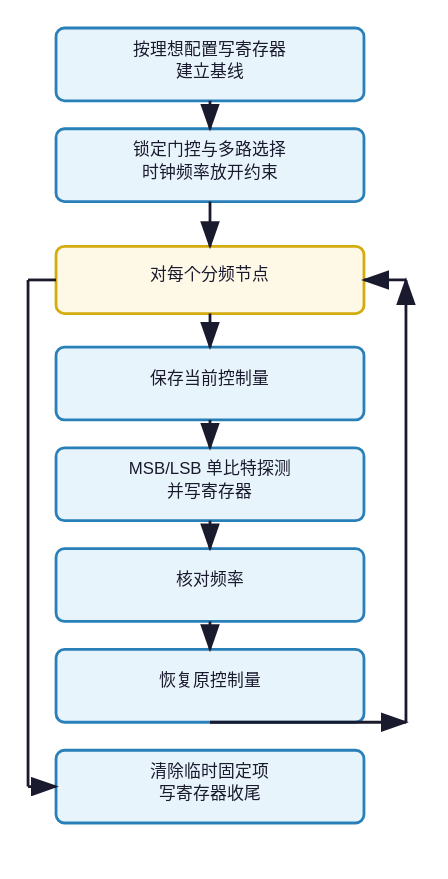
The draw.io diagram src/sv/agent/clock_tree/sequence/test/test_flip/flow.drawio.svg in XiaoHui2023/templates, before a commit. Source tidied: cells renumbered, new cells last; positions are measured from the earlier drawing's top-left corner, leaving out a move shared by most shapes.
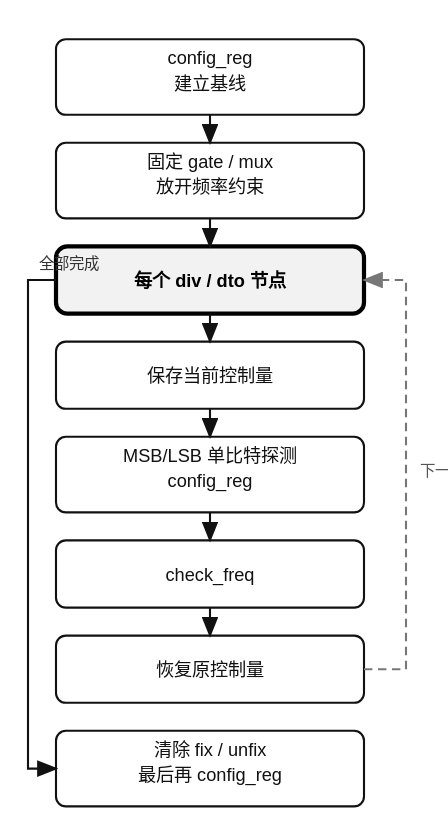
After the change.

Change to the diagram source:
```diff
@@ -2,52 +2,57 @@
   <root>
     <mxCell id="0" />
     <mxCell id="1" parent="0" />
-    <mxCell id="2" value="按理想配置写寄存器&#10;建立基线" style="rounded=1;whiteSpace=wrap;html=1;fillColor=#e8f4fc;strokeColor=#2980b9;align=center;verticalAlign=middle;fontSize=12;" parent="1" vertex="1">
-      <mxGeometry width="220" height="52" as="geometry" />
+    <mxCell id="2" value="config_reg&amp;#xa;建立基线" style="rounded=1;whiteSpace=wrap;html=1;fillColor=#ffffff;strokeColor=#111111;strokeWidth=1.5;fontSize=13;fontColor=#111111;arcSize=8;align=center;verticalAlign=middle;" parent="1" vertex="1">
+      <mxGeometry y="8" width="220" height="54" as="geometry" />
     </mxCell>
-    <mxCell id="3" value="锁定门控与多路选择&#10;时钟频率放开约束" style="rounded=1;whiteSpace=wrap;html=1;fillColor=#e8f4fc;strokeColor=#2980b9;align=center;verticalAlign=middle;fontSize=12;" parent="1" vertex="1">
-      <mxGeometry y="72" width="220" height="52" as="geometry" />
+    <mxCell id="3" value="固定 gate / mux&amp;#xa;放开频率约束" style="rounded=1;whiteSpace=wrap;html=1;fillColor=#ffffff;strokeColor=#111111;strokeWidth=1.5;fontSize=13;fontColor=#111111;arcSize=8;align=center;verticalAlign=middle;" parent="1" vertex="1">
+      <mxGeometry y="82" width="220" height="54" as="geometry" />
     </mxCell>
+    <mxCell id="5" value="每个 div / dto 节点" style="rounded=1;whiteSpace=wrap;html=1;fillColor=#f2f2f2;strokeColor=#000000;strokeWidth=3;fontSize=13;fontStyle=1;fontColor=#000000;arcSize=8;align=center;verticalAlign=middle;" parent="1" vertex="1">
+      <mxGeometry y="156" width="220" height="48" as="geometry" />
+    </mxCell>
+    <mxCell id="7" value="保存当前控制量" style="rounded=1;whiteSpace=wrap;html=1;fillColor=#ffffff;strokeColor=#111111;strokeWidth=1.5;fontSize=13;fontColor=#111111;arcSize=8;align=center;verticalAlign=middle;" parent="1" vertex="1">
+      <mxGeometry y="224" width="220" height="48" as="geometry" />
+    </mxCell>
+    <mxCell id="9" value="MSB/LSB 单比特探测&amp;#xa;config_reg" style="rounded=1;whiteSpace=wrap;html=1;fillColor=#ffffff;strokeColor=#111111;strokeWidth=1.5;fontSize=13;fontColor=#111111;arcSize=8;align=center;verticalAlign=middle;" parent="1" vertex="1">
+      <mxGeometry y="292" width="220" height="54" as="geometry" />
+    </mxCell>
+    <mxCell id="11" value="check_freq" style="rounded=1;whiteSpace=wrap;html=1;fillColor=#ffffff;strokeColor=#111111;strokeWidth=1.5;fontSize=13;fontColor=#111111;arcSize=8;align=center;verticalAlign=middle;" parent="1" vertex="1">
+      <mxGeometry y="366" width="220" height="48" as="geometry" />
+    </mxCell>
+    <mxCell id="13" value="恢复原控制量" style="rounded=1;whiteSpace=wrap;html=1;fillColor=#ffffff;strokeColor=#111111;strokeWidth=1.5;fontSize=13;fontColor=#111111;arcSize=8;align=center;verticalAlign=middle;" parent="1" vertex="1">
+      <mxGeometry y="434" width="220" height="48" as="geometry" />
+    </mxCell>
+    <mxCell id="15" value="清除 fix / unfix&amp;#xa;最后再 config_reg" style="rounded=1;whiteSpace=wrap;html=1;fillColor=#ffffff;strokeColor=#111111;strokeWidth=1.5;fontSize=13;fontColor=#111111;arcSize=8;align=center;verticalAlign=middle;" parent="1" vertex="1">
+      <mxGeometry y="502" width="220" height="54" as="geometry" />
+    </mxCell>
-    <mxCell id="4" style="edgeStyle=orthogonalEdgeStyle;rounded=0;jettySize=auto;html=1;endArrow=classic;endFill=1;strokeColor=#1a1a2e;" parent="1" edge="1" source="2" target="3">
+    <mxCell id="4" style="edgeStyle=orthogonalEdgeStyle;rounded=0;html=1;endArrow=classic;endFill=1;strokeColor=#111111;strokeWidth=1.5;" parent="1" edge="1" source="2" target="3">
       <mxGeometry relative="1" as="geometry" />
     </mxCell>
-    <mxCell id="5" value="对每个分频节点" style="shape=hexagon;perimeter=hexagonPerimeter2;whiteSpace=wrap;html=1;fillColor=#fef9e7;strokeColor=#d4ac0d;align=center;verticalAlign=middle;fontSize=11;" parent="1" vertex="1">
-      <mxGeometry y="156" width="220" height="48" as="geometry" />
-    </mxCell>
-    <mxCell id="6" style="edgeStyle=orthogonalEdgeStyle;rounded=0;jettySize=auto;html=1;endArrow=classic;endFill=1;strokeColor=#1a1a2e;" parent="1" edge="1" source="3" target="5">
+    <mxCell id="6" style="edgeStyle=orthogonalEdgeStyle;rounded=0;html=1;endArrow=classic;endFill=1;strokeColor=#111111;strokeWidth=1.5;" parent="1" edge="1" source="3" target="5">
       <mxGeometry relative="1" as="geometry" />
     </mxCell>
-    <mxCell id="7" value="保存当前控制量" style="rounded=1;whiteSpace=wrap;html=1;fillColor=#e8f4fc;strokeColor=#2980b9;align=center;verticalAlign=middle;fontSize=12;" parent="1" vertex="1">
-      <mxGeometry y="228" width="220" height="52" as="geometry" />
-    </mxCell>
-    <mxCell id="8" style="edgeStyle=orthogonalEdgeStyle;rounded=0;jettySize=auto;html=1;endArrow=classic;endFill=1;strokeColor=#1a1a2e;" parent="1" edge="1" source="5" target="7">
+    <mxCell id="8" style="edgeStyle=orthogonalEdgeStyle;rounded=0;html=1;endArrow=classic;endFill=1;strokeColor=#111111;strokeWidth=1.5;" parent="1" edge="1" source="5" target="7">
       <mxGeometry relative="1" as="geometry" />
     </mxCell>
-    <mxCell id="9" value="MSB/LSB 单比特探测&#10;并写寄存器" style="rounded=1;whiteSpace=wrap;html=1;fillColor=#e8f4fc;strokeColor=#2980b9;align=center;verticalAlign=middle;fontSize=12;" parent="1" vertex="1">
-      <mxGeometry y="300" width="220" height="52" as="geometry" />
-    </mxCell>
-    <mxCell id="10" style="edgeStyle=orthogonalEdgeStyle;rounded=0;jettySize=auto;html=1;endArrow=classic;endFill=1;strokeColor=#1a1a2e;" parent="1" edge="1" source="7" target="9">
+    <mxCell id="10" style="edgeStyle=orthogonalEdgeStyle;rounded=0;html=1;endArrow=classic;endFill=1;strokeColor=#111111;strokeWidth=1.5;" parent="1" edge="1" source="7" target="9">
       <mxGeometry relative="1" as="geometry" />
     </mxCell>
-    <mxCell id="11" value="核对频率" style="rounded=1;whiteSpace=wrap;html=1;fillColor=#e8f4fc;strokeColor=#2980b9;align=center;verticalAlign=middle;fontSize=12;" parent="1" vertex="1">
-      <mxGeometry y="372" width="220" height="52" as="geometry" />
-    </mxCell>
-    <mxCell id="12" style="edgeStyle=orthogonalEdgeStyle;rounded=0;jettySize=auto;html=1;endArrow=classic;endFill=1;strokeColor=#1a1a2e;" parent="1" edge="1" source="9" target="11">
+    <mxCell id="12" style="edgeStyle=orthogonalEdgeStyle;rounded=0;html=1;endArrow=classic;endFill=1;strokeColor=#111111;strokeWidth=1.5;" parent="1" edge="1" source="9" target="11">
       <mxGeometry relative="1" as="geometry" />
     </mxCell>
-    <mxCell id="13" value="恢复原控制量" style="rounded=1;whiteSpace=wrap;html=1;fillColor=#e8f4fc;strokeColor=#2980b9;align=center;verticalAlign=middle;fontSize=12;" parent="1" vertex="1">
-      <mxGeometry y="444" width="220" height="52" as="geometry" />
-    </mxCell>
-    <mxCell id="14" style="edgeStyle=orthogonalEdgeStyle;rounded=0;jettySize=auto;html=1;endArrow=classic;endFill=1;strokeColor=#1a1a2e;" parent="1" edge="1" source="11" target="13">
+    <mxCell id="14" style="edgeStyle=orthogonalEdgeStyle;rounded=0;html=1;endArrow=classic;endFill=1;strokeColor=#111111;strokeWidth=1.5;" parent="1" edge="1" source="11" target="13">
       <mxGeometry relative="1" as="geometry" />
     </mxCell>
-    <mxCell id="15" value="清除临时固定项&#10;写寄存器收尾" style="rounded=1;whiteSpace=wrap;html=1;fillColor=#e8f4fc;strokeColor=#2980b9;align=center;verticalAlign=middle;fontSize=12;" parent="1" vertex="1">
-      <mxGeometry y="516" width="220" height="52" as="geometry" />
-    </mxCell>
-    <mxCell id="16" value="下一节点" style="edgeStyle=orthogonalEdgeStyle;rounded=0;jettySize=auto;html=1;endArrow=classic;endFill=1;strokeColor=#1a1a2e;" parent="1" edge="1" source="13" target="5">
-      <mxGeometry relative="1" as="geometry" />
+    <mxCell id="16" value="下一节点" style="edgeStyle=orthogonalEdgeStyle;rounded=0;html=1;endArrow=classic;endFill=1;strokeColor=#777777;strokeWidth=1.5;dashed=1;fontSize=11;fontColor=#555555;" parent="1" edge="1" source="13" target="5">
+      <mxGeometry relative="1" as="geometry">
+        <Array as="points">
+          <mxPoint x="250" y="458" />
+          <mxPoint x="250" y="180" />
+        </Array>
+      </mxGeometry>
     </mxCell>
-    <mxCell id="17" value="全部完成" style="edgeStyle=orthogonalEdgeStyle;rounded=0;jettySize=auto;html=1;endArrow=classic;endFill=1;strokeColor=#1a1a2e;" parent="1" edge="1" source="5" target="15">
+    <mxCell id="17" value="全部完成" style="edgeStyle=orthogonalEdgeStyle;rounded=0;html=1;endArrow=classic;endFill=1;strokeColor=#111111;strokeWidth=1.5;" parent="1" edge="1" source="5" target="15">
       <mxGeometry relative="1" as="geometry" />
     </mxCell>
   </root>
```
